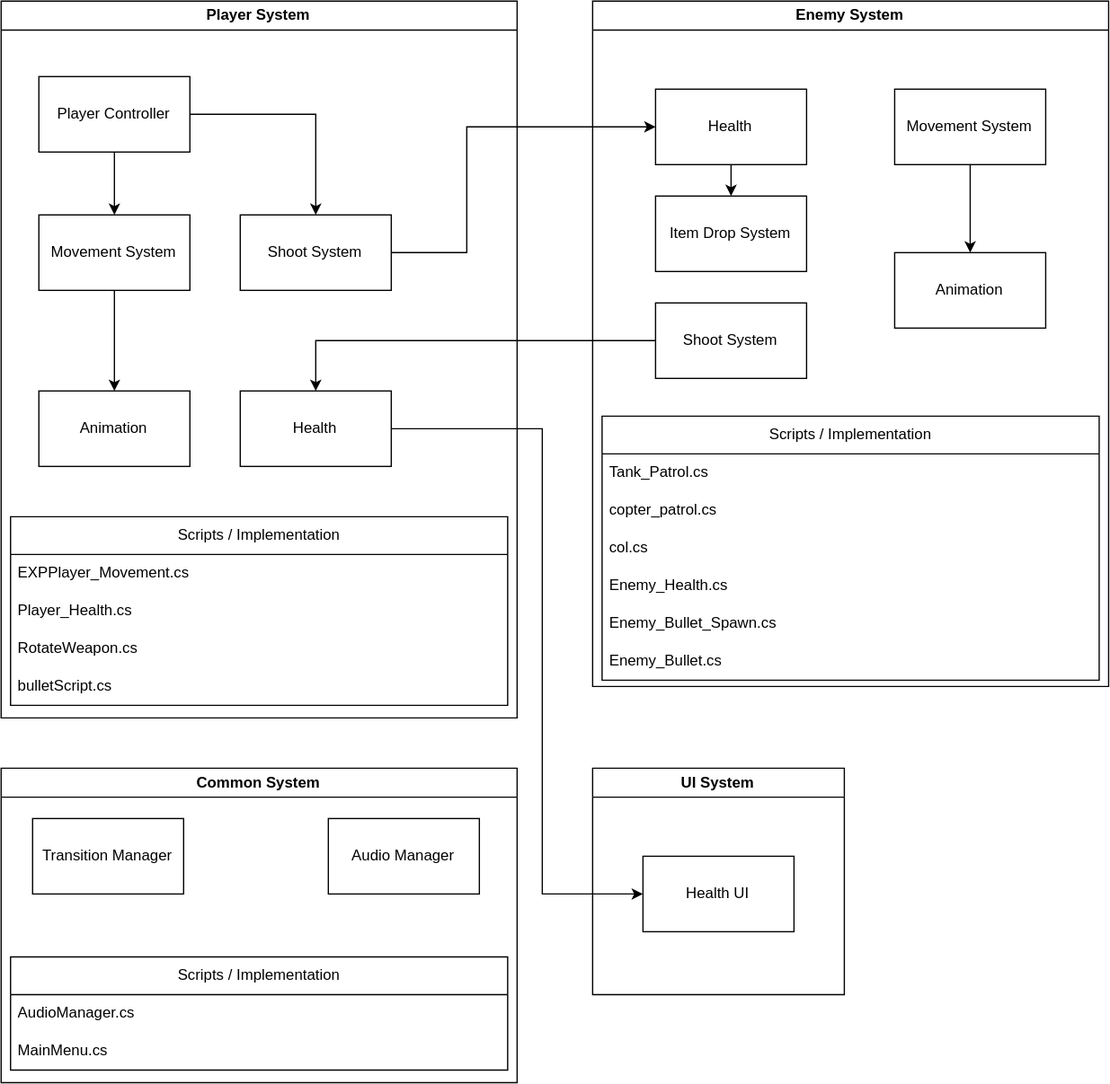
Before: Cold_Core/Images/ModuleDesignColdCore.drawio.svg, a diagram exported from draw.io (Stopit-m8/Cold-Core). Source tidied: cells renumbered, new cells last; positions are measured from the earlier drawing's top-left corner, leaving out a move shared by most shapes.
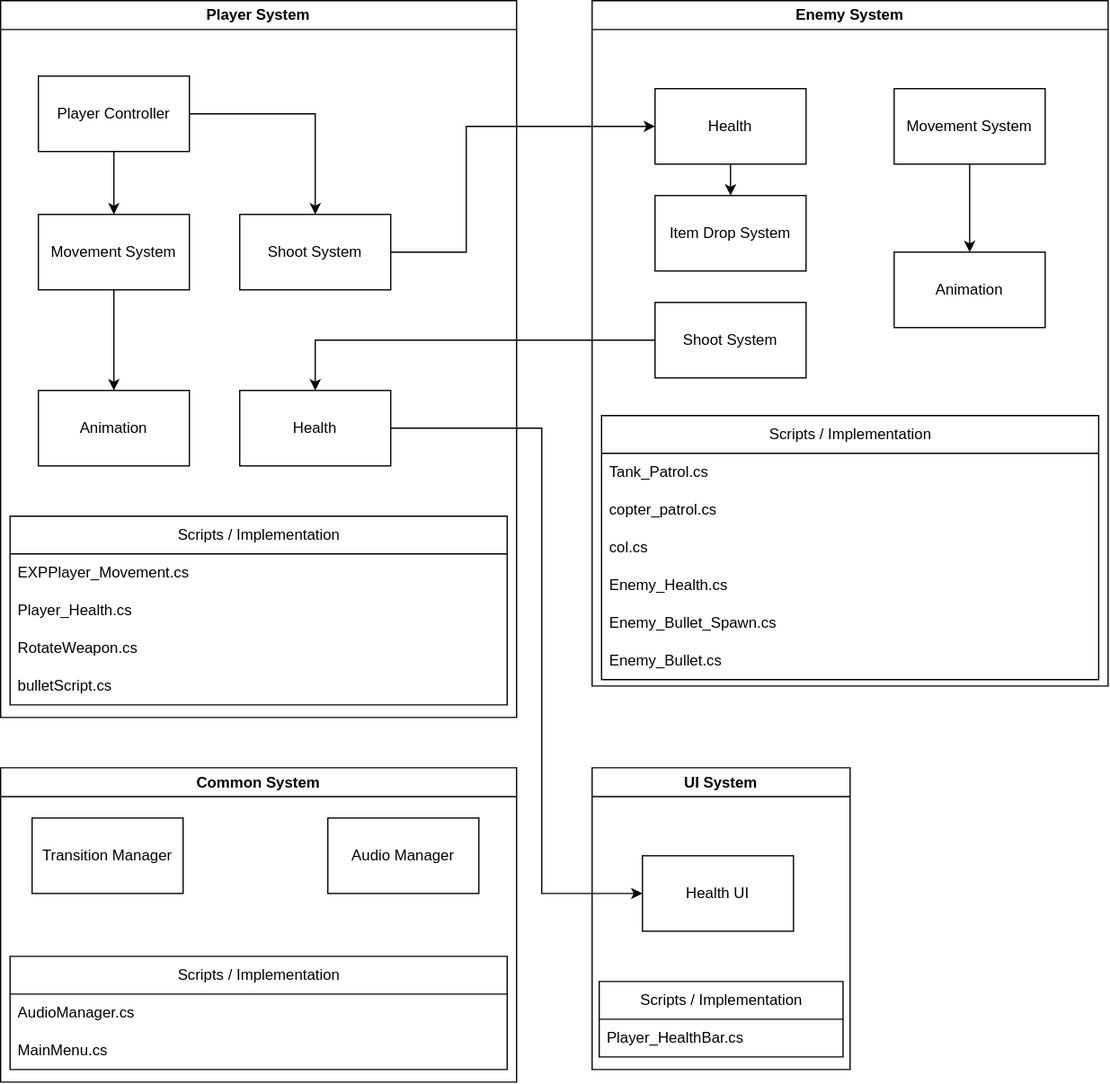
Later version of the same file.

Diff of the diagram source:
```diff
@@ -108,11 +108,17 @@
       <mxGeometry y="60" width="395" height="30" as="geometry" />
     </mxCell>
     <mxCell id="37" value="UI System" style="swimlane;whiteSpace=wrap;html=1;" parent="1" vertex="1">
-      <mxGeometry x="470" y="610" width="200" height="180" as="geometry" />
+      <mxGeometry x="470" y="610" width="205" height="240" as="geometry" />
     </mxCell>
     <mxCell id="38" value="Health UI" style="rounded=0;whiteSpace=wrap;html=1;" parent="37" vertex="1">
       <mxGeometry x="40" y="70" width="120" height="60" as="geometry" />
     </mxCell>
+    <mxCell id="42" value="Scripts / Implementation" style="swimlane;fontStyle=0;horizontal=1;startSize=30;whiteSpace=wrap;html=1;direction=east;" parent="37" vertex="1">
+      <mxGeometry x="5.6" y="170" width="193.8" height="60" as="geometry" />
+    </mxCell>
+    <mxCell id="43" value="Player_HealthBar.cs" style="text;strokeColor=none;fillColor=none;align=left;verticalAlign=middle;spacingLeft=4;spacingRight=4;overflow=hidden;whiteSpace=wrap;html=1;" parent="42" vertex="1">
+      <mxGeometry y="30" width="193.8" height="30" as="geometry" />
+    </mxCell>
     <mxCell id="39" style="edgeStyle=orthogonalEdgeStyle;rounded=0;jettySize=auto;html=1;entryX=0;entryY=0.5;entryDx=0;entryDy=0;" parent="1" edge="1" source="15" target="29">
       <mxGeometry relative="1" as="geometry">
         <Array as="points">
```
